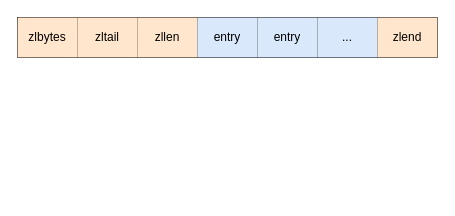
This is redis/ziplist.drawio from erlieStar/diagrams, a draw.io file, before an edit. Source tidied: cells renumbered, new cells numbered last; positions are measured from the earlier drawing's top-left corner, leaving out a move shared by most shapes. Both pictures are drawn from the tidied source at 100%, with x=0, y=0 at pixel (17, 17).
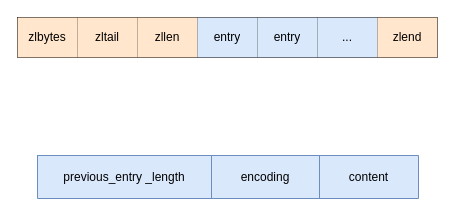
Above is the later version.

The edit, as a diff of the source:
```diff
@@
 <mxGraphModel>
   <root>
     <mxCell id="0" />
     <mxCell id="1" parent="0" />
     <mxCell id="2" style="shape=table;html=1;whiteSpace=wrap;startSize=0;childLayout=tableLayout;" parent="1" vertex="1">
       <mxGeometry width="420" height="40" as="geometry" />
     </mxCell>
     <mxCell id="3" style="shape=partialRectangle;html=1;whiteSpace=wrap;fillColor=none;top=0;left=0;bottom=0;right=0;" parent="2" vertex="1">
       <mxGeometry width="420" height="40" as="geometry" />
     </mxCell>
     <mxCell id="4" value="zlbytes" style="shape=partialRectangle;html=1;whiteSpace=wrap;fillColor=#ffe6cc;top=0;left=0;bottom=0;right=0;overflow=hidden;strokeColor=#d79b00;" parent="3" vertex="1">
       <mxGeometry width="60" height="40" as="geometry" />
     </mxCell>
     <mxCell id="5" value="zltail" style="shape=partialRectangle;html=1;whiteSpace=wrap;fillColor=#ffe6cc;top=0;left=0;bottom=0;right=0;overflow=hidden;strokeColor=#d79b00;" parent="3" vertex="1">
       <mxGeometry x="60" width="60" height="40" as="geometry" />
     </mxCell>
     <mxCell id="6" value="zllen" style="shape=partialRectangle;html=1;whiteSpace=wrap;fillColor=#ffe6cc;top=0;left=0;bottom=0;right=0;overflow=hidden;strokeColor=#d79b00;" parent="3" vertex="1">
       <mxGeometry x="120" width="60" height="40" as="geometry" />
     </mxCell>
     <mxCell id="7" value="entry" style="shape=partialRectangle;html=1;whiteSpace=wrap;fillColor=#dae8fc;top=0;left=0;bottom=0;right=0;overflow=hidden;strokeColor=#6c8ebf;" parent="3" vertex="1">
       <mxGeometry x="180" width="60" height="40" as="geometry" />
     </mxCell>
     <mxCell id="8" value="entry" style="shape=partialRectangle;html=1;whiteSpace=wrap;fillColor=#dae8fc;top=0;left=0;bottom=0;right=0;overflow=hidden;strokeColor=#6c8ebf;" parent="3" vertex="1">
       <mxGeometry x="240" width="60" height="40" as="geometry" />
     </mxCell>
     <mxCell id="9" value="..." style="shape=partialRectangle;html=1;whiteSpace=wrap;fillColor=#dae8fc;top=0;left=0;bottom=0;right=0;overflow=hidden;strokeColor=#6c8ebf;" parent="3" vertex="1">
       <mxGeometry x="300" width="60" height="40" as="geometry" />
     </mxCell>
     <mxCell id="10" value="zlend" style="shape=partialRectangle;html=1;whiteSpace=wrap;fillColor=#ffe6cc;top=0;left=0;bottom=0;right=0;overflow=hidden;strokeColor=#d79b00;" parent="3" vertex="1">
       <mxGeometry x="360" width="60" height="40" as="geometry" />
     </mxCell>
+    <mxCell id="11" style="shape=table;html=1;whiteSpace=wrap;startSize=0;childLayout=tableLayout;fillColor=#dae8fc;strokeColor=#6c8ebf;" parent="1" vertex="1">
+      <mxGeometry x="20" y="138" width="381" height="43" as="geometry" />
+    </mxCell>
+    <mxCell id="12" style="shape=partialRectangle;html=1;whiteSpace=wrap;fillColor=none;top=0;left=0;bottom=0;right=0;" parent="11" vertex="1">
+      <mxGeometry width="381" height="43" as="geometry" />
+    </mxCell>
+    <mxCell id="13" value="&lt;span style=&quot;text-align: left&quot;&gt;previous_entry _length&lt;/span&gt;" style="shape=partialRectangle;html=1;whiteSpace=wrap;fillColor=none;top=0;left=0;bottom=0;right=0;overflow=hidden;" parent="12" vertex="1">
+      <mxGeometry width="174" height="43" as="geometry" />
+    </mxCell>
+    <mxCell id="14" value="encoding" style="shape=partialRectangle;html=1;whiteSpace=wrap;fillColor=none;top=0;left=0;bottom=0;right=0;overflow=hidden;" parent="12" vertex="1">
+      <mxGeometry x="174" width="108" height="43" as="geometry" />
+    </mxCell>
+    <mxCell id="15" value="content" style="shape=partialRectangle;html=1;whiteSpace=wrap;fillColor=none;top=0;left=0;bottom=0;right=0;overflow=hidden;" parent="12" vertex="1">
+      <mxGeometry x="282" width="99" height="43" as="geometry" />
+    </mxCell>
   </root>
 </mxGraphModel>
```
